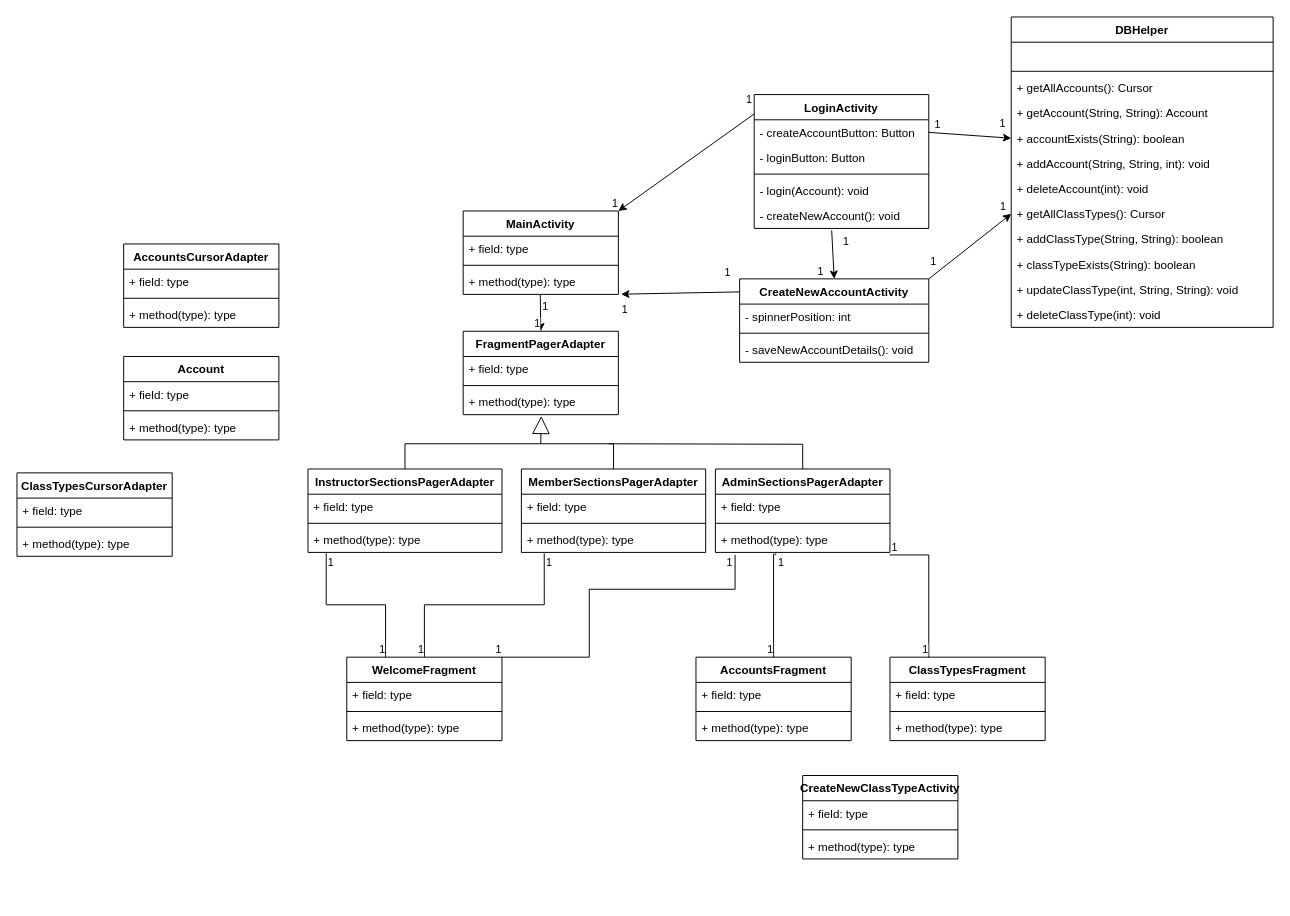
AmyLDunn/Fitness_Center keeps this draw.io diagram as Documents/UML Class Diagram.drawio. Above is the earlier version. Source tidied: cells renumbered, new cells numbered last; positions are measured from the earlier drawing's top-left corner, leaving out a move shared by most shapes. Both pictures are drawn from the tidied source at 97%, with x=0, y=0 at pixel (16, 16).
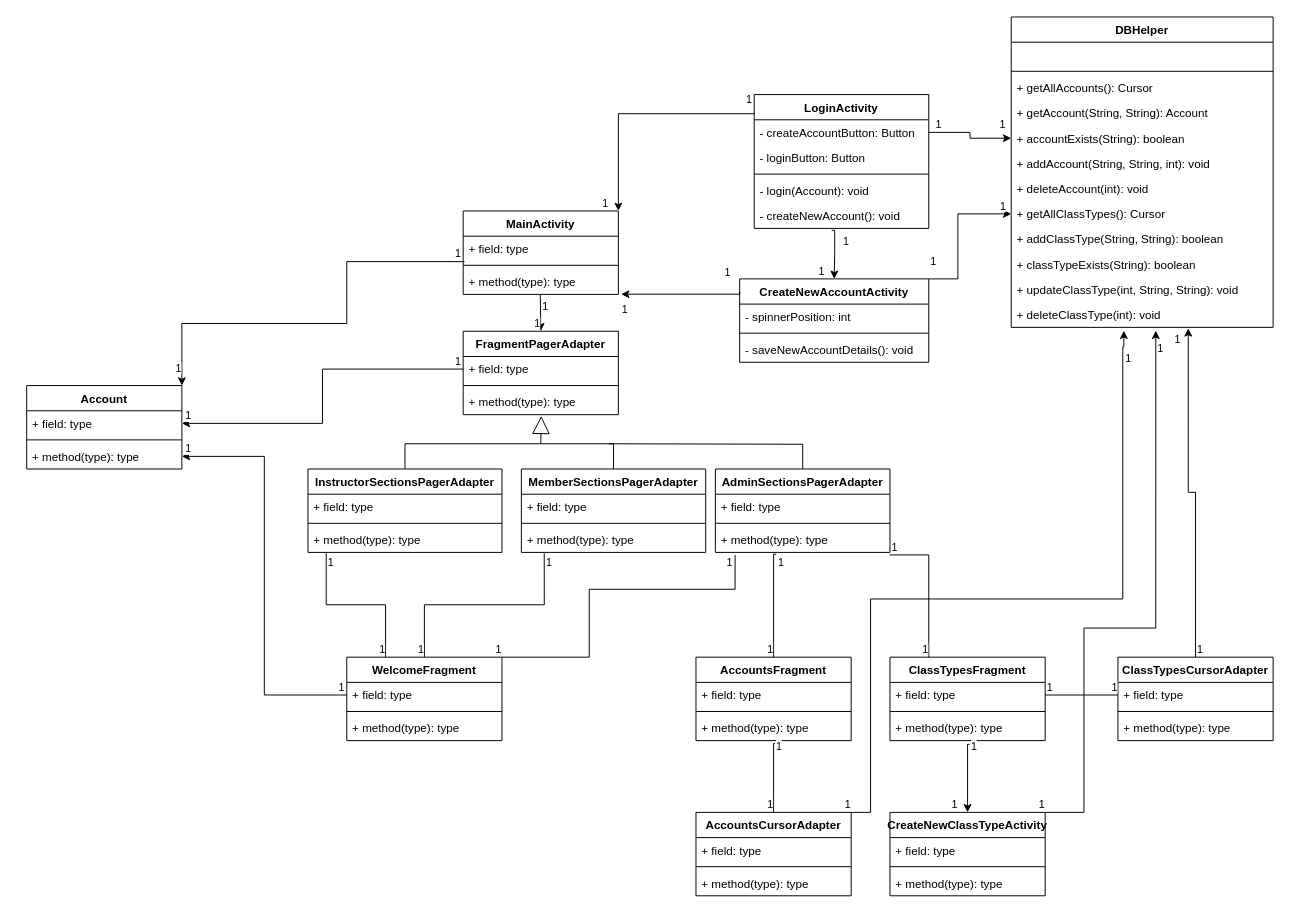
The same diagram, later.

The change refers to these unchanged cells:
```xml
<mxCell id="2" value="LoginActivity" style="swimlane;fontStyle=1;align=center;verticalAlign=top;horizontal=1;startSize=26;" parent="1" vertex="1">
  <mxGeometry x="760" y="80" width="180" height="138" as="geometry" />
</mxCell>
<mxCell id="3" value="- createAccountButton: Button" style="text;strokeColor=none;fillColor=none;align=left;verticalAlign=top;spacingLeft=4;spacingRight=4;overflow=hidden;points=[[0,0.5],[1,0.5]];portConstraint=eastwest;" parent="2" vertex="1">
  <mxGeometry y="26" width="180" height="26" as="geometry" />
</mxCell>
<mxCell id="7" value="- createNewAccount(): void" style="text;strokeColor=none;fillColor=none;align=left;verticalAlign=top;spacingLeft=4;spacingRight=4;overflow=hidden;points=[[0,0.5],[1,0.5]];portConstraint=eastwest;" parent="2" vertex="1">
  <mxGeometry y="112" width="180" height="26" as="geometry" />
</mxCell>
<mxCell id="16" value="+ accountExists(String): boolean" style="text;strokeColor=none;fillColor=none;align=left;verticalAlign=top;spacingLeft=4;spacingRight=4;overflow=hidden;points=[[0,0.5],[1,0.5]];portConstraint=eastwest;" parent="11" vertex="1">
  <mxGeometry y="112" width="270" height="26" as="geometry" />
</mxCell>
<mxCell id="19" value="+ getAllClassTypes(): Cursor" style="text;strokeColor=none;fillColor=none;align=left;verticalAlign=top;spacingLeft=4;spacingRight=4;overflow=hidden;points=[[0,0.5],[1,0.5]];portConstraint=eastwest;" parent="11" vertex="1">
  <mxGeometry y="190" width="270" height="26" as="geometry" />
</mxCell>
<mxCell id="23" value="+ deleteClassType(int): void" style="text;strokeColor=none;fillColor=none;align=left;verticalAlign=top;spacingLeft=4;spacingRight=4;overflow=hidden;points=[[0,0.5],[1,0.5]];portConstraint=eastwest;" parent="11" vertex="1">
  <mxGeometry y="294" width="270" height="26" as="geometry" />
</mxCell>
<mxCell id="24" value="CreateNewAccountActivity" style="swimlane;fontStyle=1;align=center;verticalAlign=top;horizontal=1;startSize=26;" parent="1" vertex="1">
  <mxGeometry x="745" y="270" width="195" height="86" as="geometry" />
</mxCell>
<mxCell id="39" value="+ field: type" style="text;strokeColor=none;fillColor=none;align=left;verticalAlign=top;spacingLeft=4;spacingRight=4;overflow=hidden;points=[[0,0.5],[1,0.5]];portConstraint=eastwest;" parent="38" vertex="1">
  <mxGeometry y="26" width="160" height="26" as="geometry" />
</mxCell>
<mxCell id="45" value="+ method(type): type" style="text;strokeColor=none;fillColor=none;align=left;verticalAlign=top;spacingLeft=4;spacingRight=4;overflow=hidden;points=[[0,0.5],[1,0.5]];portConstraint=eastwest;" parent="42" vertex="1">
  <mxGeometry y="60" width="160" height="26" as="geometry" />
</mxCell>
<mxCell id="47" value="+ field: type" style="text;strokeColor=none;fillColor=none;align=left;verticalAlign=top;spacingLeft=4;spacingRight=4;overflow=hidden;points=[[0,0.5],[1,0.5]];portConstraint=eastwest;" parent="46" vertex="1">
  <mxGeometry y="26" width="160" height="26" as="geometry" />
</mxCell>
<mxCell id="49" value="+ method(type): type" style="text;strokeColor=none;fillColor=none;align=left;verticalAlign=top;spacingLeft=4;spacingRight=4;overflow=hidden;points=[[0,0.5],[1,0.5]];portConstraint=eastwest;" parent="46" vertex="1">
  <mxGeometry y="60" width="160" height="26" as="geometry" />
</mxCell>
<mxCell id="51" value="+ field: type" style="text;strokeColor=none;fillColor=none;align=left;verticalAlign=top;spacingLeft=4;spacingRight=4;overflow=hidden;points=[[0,0.5],[1,0.5]];portConstraint=eastwest;" parent="50" vertex="1">
  <mxGeometry y="26" width="160" height="26" as="geometry" />
</mxCell>
<mxCell id="55" value="+ field: type" style="text;strokeColor=none;fillColor=none;align=left;verticalAlign=top;spacingLeft=4;spacingRight=4;overflow=hidden;points=[[0,0.5],[1,0.5]];portConstraint=eastwest;" parent="54" vertex="1">
  <mxGeometry y="26" width="160" height="26" as="geometry" />
</mxCell>
<mxCell id="57" value="+ method(type): type" style="text;strokeColor=none;fillColor=none;align=left;verticalAlign=top;spacingLeft=4;spacingRight=4;overflow=hidden;points=[[0,0.5],[1,0.5]];portConstraint=eastwest;" parent="54" vertex="1">
  <mxGeometry y="60" width="160" height="26" as="geometry" />
</mxCell>
<mxCell id="70" value="MainActivity" style="swimlane;fontStyle=1;align=center;verticalAlign=top;horizontal=1;startSize=26;" parent="1" vertex="1">
  <mxGeometry x="460" y="200" width="160" height="86" as="geometry" />
</mxCell>
<mxCell id="71" value="+ field: type" style="text;strokeColor=none;fillColor=none;align=left;verticalAlign=top;spacingLeft=4;spacingRight=4;overflow=hidden;points=[[0,0.5],[1,0.5]];portConstraint=eastwest;" parent="70" vertex="1">
  <mxGeometry y="26" width="160" height="26" as="geometry" />
</mxCell>
<mxCell id="73" value="+ method(type): type" style="text;strokeColor=none;fillColor=none;align=left;verticalAlign=top;spacingLeft=4;spacingRight=4;overflow=hidden;points=[[0,0.5],[1,0.5]];portConstraint=eastwest;" parent="70" vertex="1">
  <mxGeometry y="60" width="160" height="26" as="geometry" />
</mxCell>
<mxCell id="85" value="+ field: type" style="text;strokeColor=none;fillColor=none;align=left;verticalAlign=top;spacingLeft=4;spacingRight=4;overflow=hidden;points=[[0,0.5],[1,0.5]];portConstraint=eastwest;" parent="84" vertex="1">
  <mxGeometry y="26" width="160" height="26" as="geometry" />
</mxCell>
```

Diff of the diagram source:
```diff
@@
-    <mxCell id="8" style="rounded=0;jettySize=auto;html=1;endArrow=none;endFill=0;exitX=0;exitY=0.5;exitDx=0;exitDy=0;startArrow=classic;startFill=1;entryX=1;entryY=0.5;entryDx=0;entryDy=0;" parent="1" edge="1" source="16" target="3">
+    <mxCell id="8" style="rounded=0;jettySize=auto;html=1;endArrow=none;endFill=0;exitX=0;exitY=0.5;exitDx=0;exitDy=0;startArrow=classic;startFill=1;entryX=1;entryY=0.5;entryDx=0;entryDy=0;edgeStyle=orthogonalEdgeStyle;" parent="1" edge="1" source="16" target="3">
       <mxGeometry relative="1" as="geometry" />
     </mxCell>
@@
-    <mxCell id="28" style="endArrow=classic;html=1;rounded=0;exitX=0.444;exitY=1.077;exitDx=0;exitDy=0;exitPerimeter=0;entryX=0.5;entryY=0;entryDx=0;entryDy=0;endFill=1;" parent="1" edge="1" source="7" target="24">
-      <mxGeometry relative="1" as="geometry" />
+    <mxCell id="28" style="endArrow=classic;html=1;rounded=0;exitX=0.444;exitY=1.077;exitDx=0;exitDy=0;exitPerimeter=0;entryX=0.5;entryY=0;entryDx=0;entryDy=0;endFill=1;edgeStyle=orthogonalEdgeStyle;" parent="1" edge="1" source="7" target="24">
+      <mxGeometry relative="1" as="geometry">
+        <Array as="points">
+          <mxPoint x="843" y="220" />
+          <mxPoint x="843" y="244" />
+        </Array>
+      </mxGeometry>
     </mxCell>
@@
-    <mxCell id="31" style="endArrow=classic;html=1;rounded=0;exitX=1;exitY=0;exitDx=0;exitDy=0;entryX=0;entryY=0.5;entryDx=0;entryDy=0;endFill=1;" parent="1" edge="1" source="24" target="19">
-      <mxGeometry relative="1" as="geometry" />
+    <mxCell id="31" style="endArrow=classic;html=1;rounded=0;exitX=1;exitY=0;exitDx=0;exitDy=0;entryX=0;entryY=0.5;entryDx=0;entryDy=0;endFill=1;edgeStyle=orthogonalEdgeStyle;" parent="1" edge="1" source="24" target="19">
+      <mxGeometry relative="1" as="geometry">
+        <Array as="points">
+          <mxPoint x="970" y="270" />
+          <mxPoint x="970" y="203" />
+        </Array>
+      </mxGeometry>
     </mxCell>
@@
     <mxCell id="34" value="AccountsCursorAdapter" style="swimlane;fontStyle=1;align=center;verticalAlign=top;horizontal=1;startSize=26;" parent="1" vertex="1">
-      <mxGeometry x="110" y="234" width="160" height="86" as="geometry" />
+      <mxGeometry x="700" y="820" width="160" height="86" as="geometry" />
     </mxCell>
@@
     <mxCell id="38" value="ClassTypesCursorAdapter" style="swimlane;fontStyle=1;align=center;verticalAlign=top;horizontal=1;startSize=26;" parent="1" vertex="1">
-      <mxGeometry y="470" width="160" height="86" as="geometry" />
+      <mxGeometry x="1135" y="660" width="160" height="86" as="geometry" />
     </mxCell>
@@
     <mxCell id="54" value="Account" style="swimlane;fontStyle=1;align=center;verticalAlign=top;horizontal=1;startSize=26;" parent="1" vertex="1">
-      <mxGeometry x="110" y="350" width="160" height="86" as="geometry" />
+      <mxGeometry x="10" y="380" width="160" height="86" as="geometry" />
     </mxCell>
@@
     <mxCell id="74" value="CreateNewClassTypeActivity" style="swimlane;fontStyle=1;align=center;verticalAlign=top;horizontal=1;startSize=26;" parent="1" vertex="1">
-      <mxGeometry x="810" y="782" width="160" height="86" as="geometry" />
+      <mxGeometry x="900" y="820" width="160" height="86" as="geometry" />
     </mxCell>
@@
-    <mxCell id="78" style="endArrow=classic;html=1;rounded=0;exitX=0.002;exitY=0.143;exitDx=0;exitDy=0;exitPerimeter=0;entryX=1;entryY=0;entryDx=0;entryDy=0;endFill=1;" parent="1" edge="1" source="2" target="70">
+    <mxCell id="78" style="endArrow=classic;html=1;rounded=0;exitX=0.002;exitY=0.143;exitDx=0;exitDy=0;exitPerimeter=0;entryX=1;entryY=0;entryDx=0;entryDy=0;endFill=1;edgeStyle=orthogonalEdgeStyle;" parent="1" edge="1" source="2" target="70">
       <mxGeometry relative="1" as="geometry" />
     </mxCell>
@@
     <mxCell id="80" value="1" style="edgeLabel;html=1;align=right;verticalAlign=bottom;" parent="78" vertex="1">
-      <mxGeometry x="1" relative="1" as="geometry" />
+      <mxGeometry x="1" relative="1" as="geometry">
+        <mxPoint x="-10" as="offset" />
+      </mxGeometry>
     </mxCell>
-    <mxCell id="81" style="endArrow=classic;html=1;rounded=0;entryX=1.018;entryY=0.992;entryDx=0;entryDy=0;entryPerimeter=0;exitX=0.001;exitY=0.156;exitDx=0;exitDy=0;exitPerimeter=0;endFill=1;" parent="1" edge="1" source="24" target="73">
-      <mxGeometry relative="1" as="geometry" />
+    <mxCell id="81" style="endArrow=classic;html=1;rounded=0;entryX=1.018;entryY=0.992;entryDx=0;entryDy=0;entryPerimeter=0;exitX=0.001;exitY=0.156;exitDx=0;exitDy=0;exitPerimeter=0;endFill=1;edgeStyle=orthogonalEdgeStyle;" parent="1" edge="1" source="24" target="73">
+      <mxGeometry relative="1" as="geometry">
+        <Array as="points">
+          <mxPoint x="745" y="286" />
+        </Array>
+      </mxGeometry>
     </mxCell>
@@
+    <mxCell id="109" style="endArrow=classic;html=1;edgeStyle=orthogonalEdgeStyle;rounded=0;exitX=0.008;exitY=1.008;exitDx=0;exitDy=0;exitPerimeter=0;entryX=1;entryY=0;entryDx=0;entryDy=0;endFill=1;" parent="1" edge="1" source="71" target="54">
+      <mxGeometry relative="1" as="geometry">
+        <Array as="points">
+          <mxPoint x="340" y="252" />
+          <mxPoint x="340" y="316" />
+          <mxPoint x="170" y="316" />
+        </Array>
+      </mxGeometry>
+    </mxCell>
+    <mxCell id="110" value="1" style="edgeLabel;html=1;align=left;verticalAlign=bottom;" parent="109" vertex="1">
+      <mxGeometry x="-1" relative="1" as="geometry">
+        <mxPoint x="-11" as="offset" />
+      </mxGeometry>
+    </mxCell>
+    <mxCell id="111" value="1" style="edgeLabel;html=1;align=right;verticalAlign=bottom;" parent="109" vertex="1">
+      <mxGeometry x="1" relative="1" as="geometry">
+        <mxPoint y="-10" as="offset" />
+      </mxGeometry>
+    </mxCell>
+    <mxCell id="112" style="endArrow=classic;html=1;edgeStyle=orthogonalEdgeStyle;rounded=0;exitX=0;exitY=0.5;exitDx=0;exitDy=0;entryX=1;entryY=0.5;entryDx=0;entryDy=0;endFill=1;" parent="1" edge="1" source="85" target="55">
+      <mxGeometry relative="1" as="geometry" />
+    </mxCell>
+    <mxCell id="113" value="1" style="edgeLabel;html=1;align=left;verticalAlign=bottom;" parent="112" vertex="1">
+      <mxGeometry x="-1" relative="1" as="geometry">
+        <mxPoint x="-10" as="offset" />
+      </mxGeometry>
+    </mxCell>
+    <mxCell id="114" value="1" style="edgeLabel;html=1;align=right;verticalAlign=bottom;" parent="112" vertex="1">
+      <mxGeometry x="1" relative="1" as="geometry">
+        <mxPoint x="10" as="offset" />
+      </mxGeometry>
+    </mxCell>
+    <mxCell id="115" style="endArrow=classic;html=1;edgeStyle=orthogonalEdgeStyle;rounded=0;exitX=0;exitY=0.5;exitDx=0;exitDy=0;entryX=1;entryY=0.5;entryDx=0;entryDy=0;endFill=1;" parent="1" edge="1" source="51" target="57">
+      <mxGeometry relative="1" as="geometry" />
+    </mxCell>
+    <mxCell id="116" value="1" style="edgeLabel;html=1;align=left;verticalAlign=bottom;" parent="115" vertex="1">
+      <mxGeometry x="-1" relative="1" as="geometry">
+        <mxPoint x="-10" as="offset" />
+      </mxGeometry>
+    </mxCell>
+    <mxCell id="117" value="1" style="edgeLabel;html=1;align=right;verticalAlign=bottom;" parent="115" vertex="1">
+      <mxGeometry x="1" relative="1" as="geometry">
+        <mxPoint x="10" as="offset" />
+      </mxGeometry>
+    </mxCell>
+    <mxCell id="118" style="endArrow=none;html=1;edgeStyle=orthogonalEdgeStyle;rounded=0;exitX=0.508;exitY=1.115;exitDx=0;exitDy=0;exitPerimeter=0;entryX=0.5;entryY=0;entryDx=0;entryDy=0;" parent="1" edge="1" source="45" target="34">
+      <mxGeometry relative="1" as="geometry">
+        <Array as="points">
+          <mxPoint x="780" y="749" />
+        </Array>
+      </mxGeometry>
+    </mxCell>
+    <mxCell id="119" value="1" style="edgeLabel;html=1;align=left;verticalAlign=bottom;" parent="118" vertex="1">
+      <mxGeometry x="-1" relative="1" as="geometry">
+        <mxPoint y="11" as="offset" />
+      </mxGeometry>
+    </mxCell>
+    <mxCell id="120" value="1" style="edgeLabel;html=1;align=right;verticalAlign=bottom;" parent="118" vertex="1">
+      <mxGeometry x="1" relative="1" as="geometry" />
+    </mxCell>
+    <mxCell id="121" style="endArrow=none;html=1;edgeStyle=orthogonalEdgeStyle;rounded=0;entryX=0;entryY=0.5;entryDx=0;entryDy=0;exitX=1;exitY=0.5;exitDx=0;exitDy=0;" parent="1" edge="1" source="47" target="39">
+      <mxGeometry relative="1" as="geometry" />
+    </mxCell>
+    <mxCell id="122" value="1" style="edgeLabel;html=1;align=left;verticalAlign=bottom;" parent="121" vertex="1">
+      <mxGeometry x="-1" relative="1" as="geometry" />
+    </mxCell>
+    <mxCell id="123" value="1" style="edgeLabel;html=1;align=right;verticalAlign=bottom;" parent="121" vertex="1">
+      <mxGeometry x="1" relative="1" as="geometry" />
+    </mxCell>
+    <mxCell id="124" style="endArrow=classic;html=1;edgeStyle=orthogonalEdgeStyle;rounded=0;entryX=0.5;entryY=0;entryDx=0;entryDy=0;exitX=0.513;exitY=1.146;exitDx=0;exitDy=0;exitPerimeter=0;endFill=1;" parent="1" edge="1" source="49" target="74">
+      <mxGeometry relative="1" as="geometry">
+        <Array as="points">
+          <mxPoint x="980" y="750" />
+        </Array>
+      </mxGeometry>
+    </mxCell>
+    <mxCell id="125" value="1" style="edgeLabel;html=1;align=left;verticalAlign=bottom;" parent="124" vertex="1">
+      <mxGeometry x="-1" relative="1" as="geometry">
+        <mxPoint y="10" as="offset" />
+      </mxGeometry>
+    </mxCell>
+    <mxCell id="126" value="1" style="edgeLabel;html=1;align=right;verticalAlign=bottom;" parent="124" vertex="1">
+      <mxGeometry x="1" relative="1" as="geometry">
+        <mxPoint x="-10" as="offset" />
+      </mxGeometry>
+    </mxCell>
+    <mxCell id="127" style="endArrow=classic;html=1;edgeStyle=orthogonalEdgeStyle;rounded=0;exitX=0.5;exitY=0;exitDx=0;exitDy=0;entryX=0.676;entryY=1.038;entryDx=0;entryDy=0;entryPerimeter=0;endFill=1;" parent="1" edge="1" source="38" target="23">
+      <mxGeometry relative="1" as="geometry" />
+    </mxCell>
+    <mxCell id="128" value="1" style="edgeLabel;html=1;align=left;verticalAlign=bottom;" parent="127" vertex="1">
+      <mxGeometry x="-1" relative="1" as="geometry" />
+    </mxCell>
+    <mxCell id="129" value="1" style="edgeLabel;html=1;align=right;verticalAlign=bottom;" parent="127" vertex="1">
+      <mxGeometry x="1" relative="1" as="geometry">
+        <mxPoint x="-8" y="20" as="offset" />
+      </mxGeometry>
+    </mxCell>
+    <mxCell id="130" style="endArrow=none;html=1;edgeStyle=orthogonalEdgeStyle;rounded=0;entryX=1;entryY=0;entryDx=0;entryDy=0;startArrow=classic;startFill=1;exitX=0.43;exitY=1.131;exitDx=0;exitDy=0;exitPerimeter=0;" parent="1" edge="1" source="23" target="34">
+      <mxGeometry relative="1" as="geometry">
+        <Array as="points">
+          <mxPoint x="1141" y="340" />
+          <mxPoint x="1140" y="340" />
+          <mxPoint x="1140" y="600" />
+          <mxPoint x="880" y="600" />
+          <mxPoint x="880" y="820" />
+        </Array>
+      </mxGeometry>
+    </mxCell>
+    <mxCell id="131" value="1" style="edgeLabel;html=1;align=left;verticalAlign=bottom;" parent="130" vertex="1">
+      <mxGeometry x="-1" relative="1" as="geometry">
+        <mxPoint y="37" as="offset" />
+      </mxGeometry>
+    </mxCell>
+    <mxCell id="132" value="1" style="edgeLabel;html=1;align=right;verticalAlign=bottom;" parent="130" vertex="1">
+      <mxGeometry x="1" relative="1" as="geometry" />
+    </mxCell>
+    <mxCell id="133" style="endArrow=none;html=1;edgeStyle=orthogonalEdgeStyle;rounded=0;entryX=1;entryY=0;entryDx=0;entryDy=0;exitX=0.552;exitY=1.131;exitDx=0;exitDy=0;exitPerimeter=0;startArrow=classic;startFill=1;" parent="1" edge="1" source="23" target="74">
+      <mxGeometry relative="1" as="geometry">
+        <Array as="points">
+          <mxPoint x="1174" y="630" />
+          <mxPoint x="1100" y="630" />
+          <mxPoint x="1100" y="820" />
+        </Array>
+      </mxGeometry>
+    </mxCell>
+    <mxCell id="134" value="1" style="edgeLabel;html=1;align=left;verticalAlign=bottom;" parent="133" vertex="1">
+      <mxGeometry x="-1" relative="1" as="geometry">
+        <mxPoint y="27" as="offset" />
+      </mxGeometry>
+    </mxCell>
+    <mxCell id="135" value="1" style="edgeLabel;html=1;align=right;verticalAlign=bottom;" parent="133" vertex="1">
+      <mxGeometry x="1" relative="1" as="geometry" />
+    </mxCell>
```
